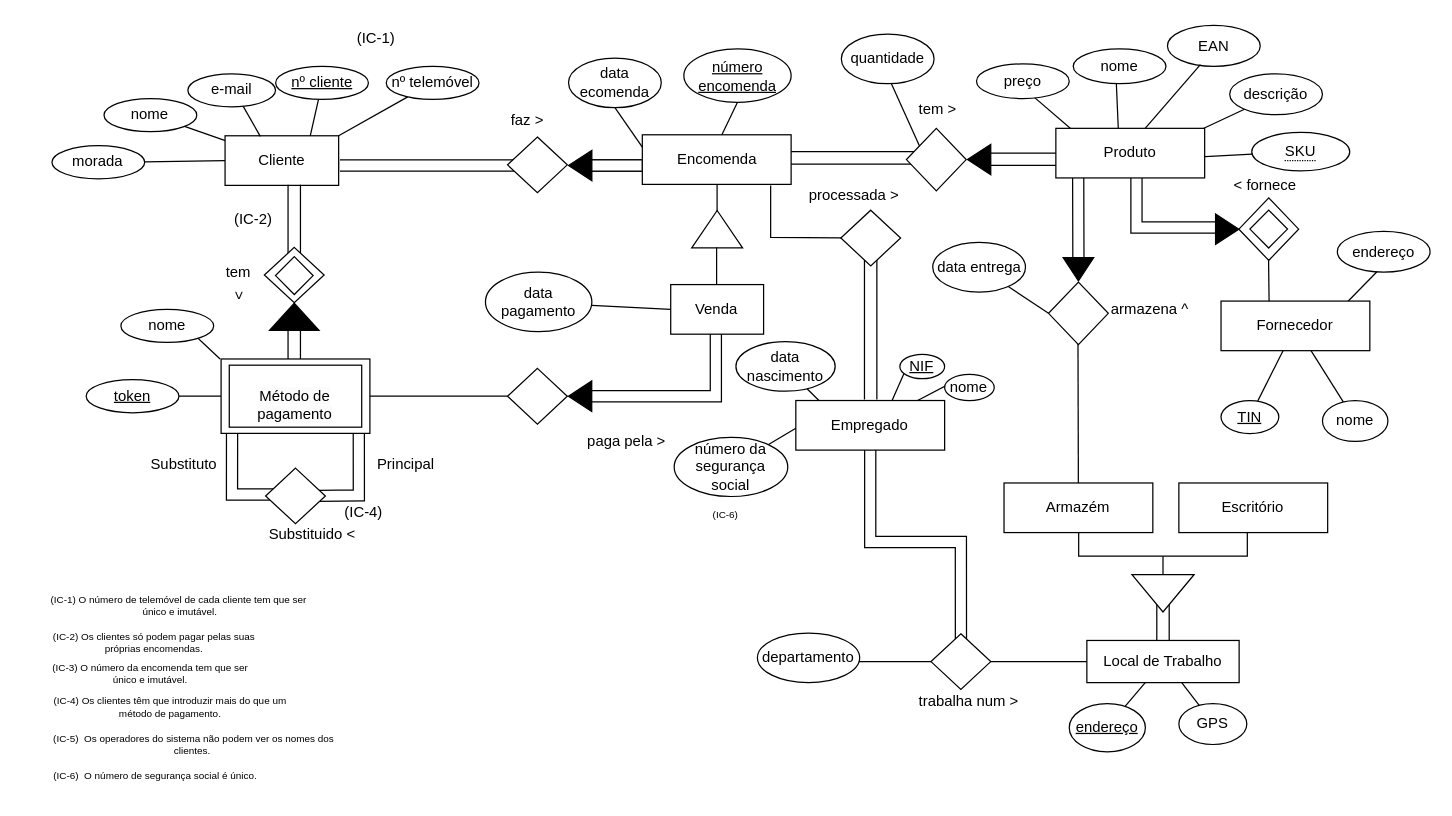
Above: Diagrama sem nome.drawio in SamuelGoncalves8/Bd-project (draw.io), before the change. Source tidied: cells renumbered, new cells numbered last; positions are measured from the earlier drawing's top-left corner, leaving out a move shared by most shapes. Both pictures are drawn from the tidied source at 124%, with x=0, y=0 at pixel (33, 20).
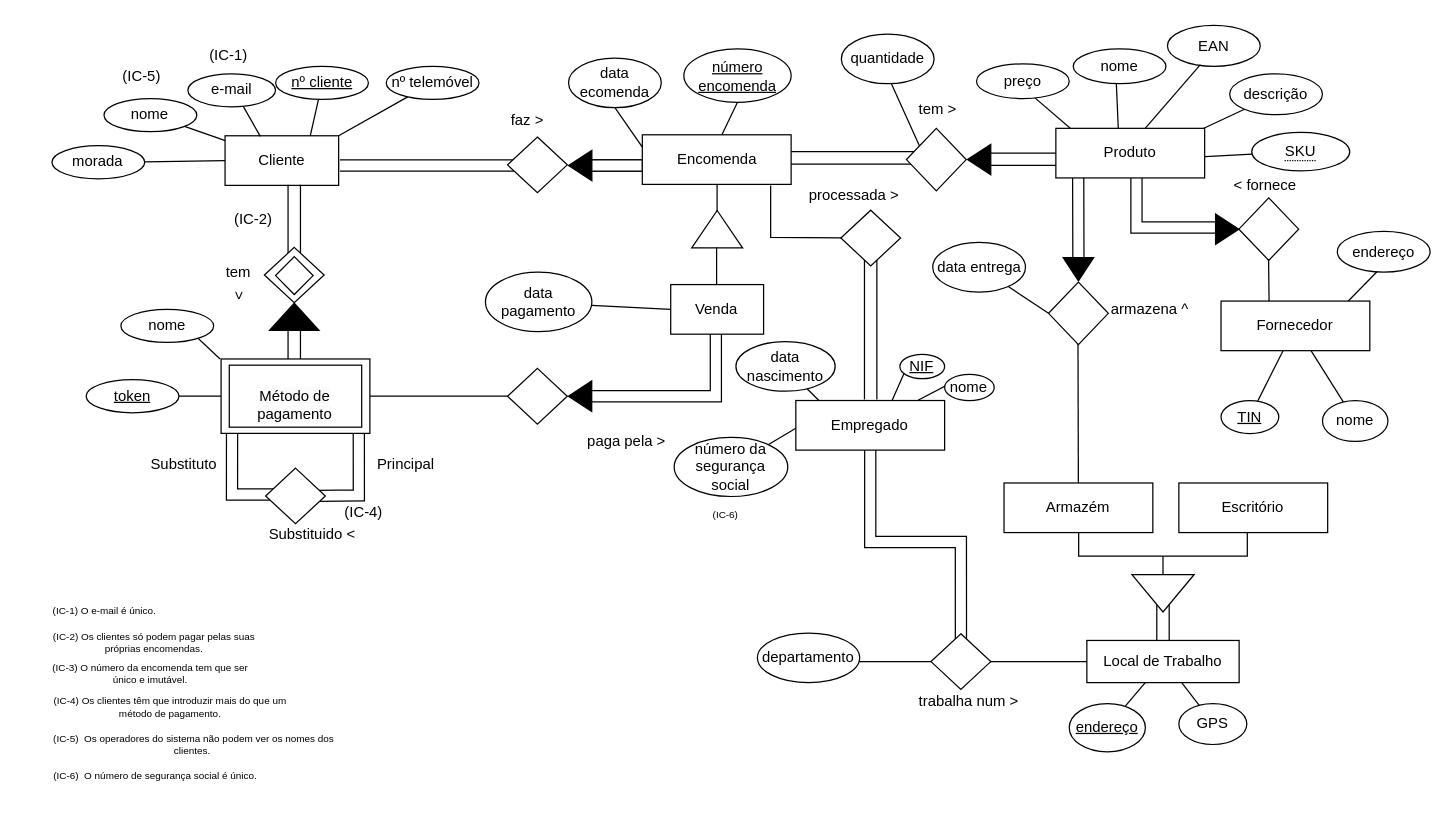
The same page after the edit.

Change to the diagram source:
```diff
@@
     <mxCell id="84" value="&lt;div&gt;&lt;font style=&quot;font-size: 12px;&quot;&gt;(IC-1)&lt;/font&gt;&lt;/div&gt;" style="text;html=1;strokeColor=none;fillColor=none;align=center;verticalAlign=middle;whiteSpace=wrap;rounded=0;fontSize=8;" parent="1" vertex="1">
-      <mxGeometry x="245.6" y="0.3" width="60" height="30" as="geometry" />
+      <mxGeometry x="126.7" y="13" width="60" height="30" as="geometry" />
     </mxCell>
-    <mxCell id="85" value="&lt;div&gt;(IC-1) O número de telemóvel de cada cliente tem que ser&amp;nbsp; único e imutável.&lt;/div&gt;" style="text;html=1;strokeColor=none;fillColor=none;align=center;verticalAlign=middle;whiteSpace=wrap;rounded=0;fontSize=8;" parent="1" vertex="1">
-      <mxGeometry x="8" y="457" width="220" height="30" as="geometry" />
+    <mxCell id="85" value="&lt;div&gt;(IC-1) O e-mail é único.&lt;/div&gt;" style="text;html=1;strokeColor=none;fillColor=none;align=center;verticalAlign=middle;whiteSpace=wrap;rounded=0;fontSize=8;" parent="1" vertex="1">
+      <mxGeometry x="-10" y="461" width="134" height="30" as="geometry" />
     </mxCell>
@@
-    <mxCell id="101" style="rhombus;whiteSpace=wrap;html=1;" parent="1" vertex="1">
-      <mxGeometry x="980.5" y="153" width="30.3" height="30.5" as="geometry" />
-    </mxCell>
@@
+    <mxCell id="133" value="&lt;div&gt;&lt;font style=&quot;font-size: 12px;&quot;&gt;(IC-5)&lt;/font&gt;&lt;/div&gt;" style="text;html=1;strokeColor=none;fillColor=none;align=center;verticalAlign=middle;whiteSpace=wrap;rounded=0;fontSize=8;" parent="1" vertex="1">
+      <mxGeometry x="56.8" y="29.5" width="60" height="30" as="geometry" />
+    </mxCell>
```
